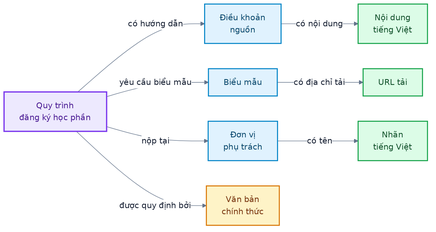
Before: docs/figures/ontology-graph.png, a diagram exported from Mermaid (vpthinh19/ontology-chatbot). Its source is kept beside it as docs/diagrams/ontology-graph.mmd. The source it was exported from:
```mermaid
---
config:
  theme: base
  themeVariables:
    fontFamily: "Cantarell, Arial, sans-serif"
    primaryTextColor: "#172033"
    lineColor: "#64748b"
    edgeLabelBackground: "#ffffff"
  flowchart:
    curve: basis
---
flowchart LR
    P["Quy trình<br/>đăng ký học phần"]
    A["Điều khoản<br/>nguồn"]
    F["Biểu mẫu"]
    O["Đơn vị<br/>phụ trách"]
    D["Văn bản<br/>chính thức"]
    T["Nội dung<br/>tiếng Việt"]
    U["URL tải"]
    L["Nhãn<br/>tiếng Việt"]

    P -->|"có hướng dẫn"| A
    P -->|"yêu cầu biểu mẫu"| F
    P -->|"nộp tại"| O
    P -->|"được quy định bởi"| D
    A -->|"có nội dung"| T
    F -->|"có địa chỉ tải"| U
    O -->|"có tên"| L

    classDef anchor fill:#ede9fe,stroke:#7c3aed,stroke-width:2.5px,color:#4c1d95
    classDef entity fill:#e0f2fe,stroke:#0284c7,stroke-width:2px,color:#0c4a6e
    classDef source fill:#fef3c7,stroke:#d97706,stroke-width:2px,color:#78350f
    classDef value fill:#dcfce7,stroke:#16a34a,stroke-width:2px,color:#14532d
    class P anchor
    class A,F,O entity
    class D source
    class T,U,L value
```
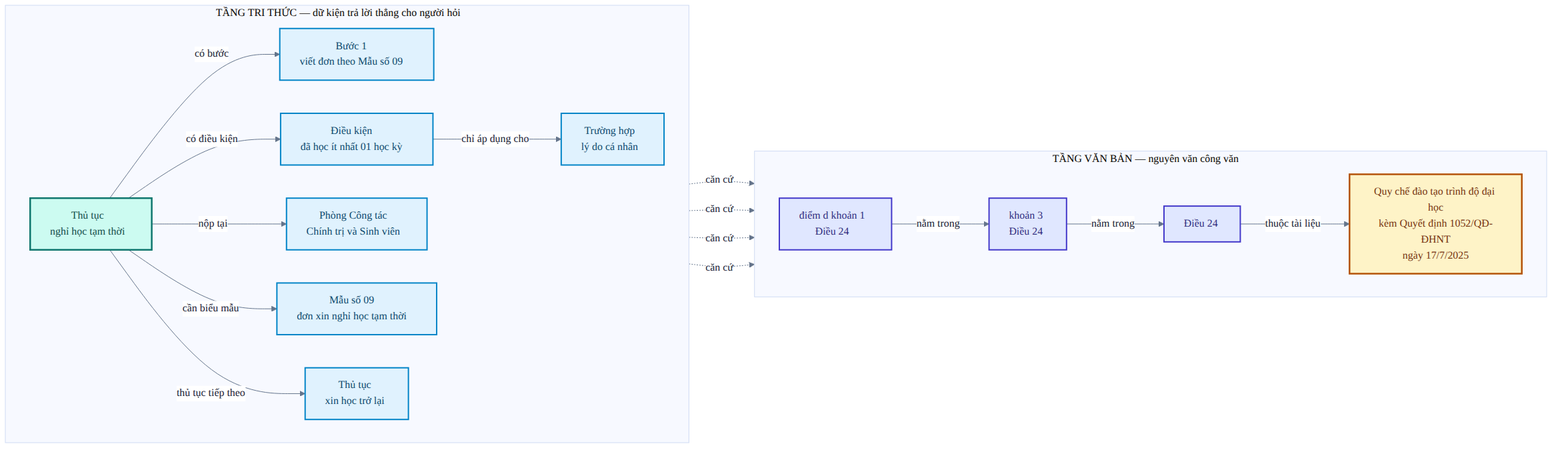
After the change.

Diff of the diagram source:
```diff
@@ -10,28 +10,46 @@
     curve: basis
 ---
 flowchart LR
-    P["Quy trình<br/>đăng ký học phần"]
-    A["Điều khoản<br/>nguồn"]
-    F["Biểu mẫu"]
-    O["Đơn vị<br/>phụ trách"]
-    D["Văn bản<br/>chính thức"]
-    T["Nội dung<br/>tiếng Việt"]
-    U["URL tải"]
-    L["Nhãn<br/>tiếng Việt"]
+    subgraph TRITHUC["TẦNG TRI THỨC — dữ kiện trả lời thẳng cho người hỏi"]
+        direction LR
+        P["Thủ tục<br/>nghỉ học tạm thời"]
+        S1["Bước 1<br/>viết đơn theo Mẫu số 09"]
+        R1["Điều kiện<br/>đã học ít nhất 01 học kỳ"]
+        O["Phòng Công tác<br/>Chính trị và Sinh viên"]
+        F["Mẫu số 09<br/>đơn xin nghỉ học tạm thời"]
+        N["Thủ tục<br/>xin học trở lại"]
+        C["Trường hợp<br/>lý do cá nhân"]
+    end
 
-    P -->|"có hướng dẫn"| A
-    P -->|"yêu cầu biểu mẫu"| F
+    subgraph VANBAN["TẦNG VĂN BẢN — nguyên văn công văn"]
+        direction LR
+        PD["điểm d khoản 1<br/>Điều 24"]
+        K3["khoản 3<br/>Điều 24"]
+        A["Điều 24"]
+        DOC["Quy chế đào tạo trình độ đại học<br/>kèm Quyết định 1052/QĐ-ĐHNT<br/>ngày 17/7/2025"]
+    end
+
+    P -->|"có bước"| S1
+    P -->|"có điều kiện"| R1
     P -->|"nộp tại"| O
-    P -->|"được quy định bởi"| D
-    A -->|"có nội dung"| T
-    F -->|"có địa chỉ tải"| U
-    O -->|"có tên"| L
+    P -->|"cần biểu mẫu"| F
+    P -->|"thủ tục tiếp theo"| N
+    R1 -->|"chỉ áp dụng cho"| C
 
-    classDef anchor fill:#ede9fe,stroke:#7c3aed,stroke-width:2.5px,color:#4c1d95
-    classDef entity fill:#e0f2fe,stroke:#0284c7,stroke-width:2px,color:#0c4a6e
-    classDef source fill:#fef3c7,stroke:#d97706,stroke-width:2px,color:#78350f
-    classDef value fill:#dcfce7,stroke:#16a34a,stroke-width:2px,color:#14532d
+    P -.->|"căn cứ"| A
+    S1 -.->|"căn cứ"| K3
+    R1 -.->|"căn cứ"| PD
+    F -.->|"căn cứ"| K3
+
+    PD -->|"nằm trong"| K3
+    K3 -->|"nằm trong"| A
+    A -->|"thuộc tài liệu"| DOC
+
+    classDef anchor fill:#ccfbf1,stroke:#0f766e,stroke-width:2.5px,color:#134e4a
+    classDef fact fill:#e0f2fe,stroke:#0284c7,stroke-width:2px,color:#0c4a6e
+    classDef text fill:#e0e7ff,stroke:#4338ca,stroke-width:2px,color:#312e81
+    classDef doc fill:#fef3c7,stroke:#b45309,stroke-width:2.5px,color:#78350f
     class P anchor
-    class A,F,O entity
-    class D source
-    class T,U,L value
+    class S1,R1,O,F,N,C fact
+    class A,K3,PD text
+    class DOC doc
```
